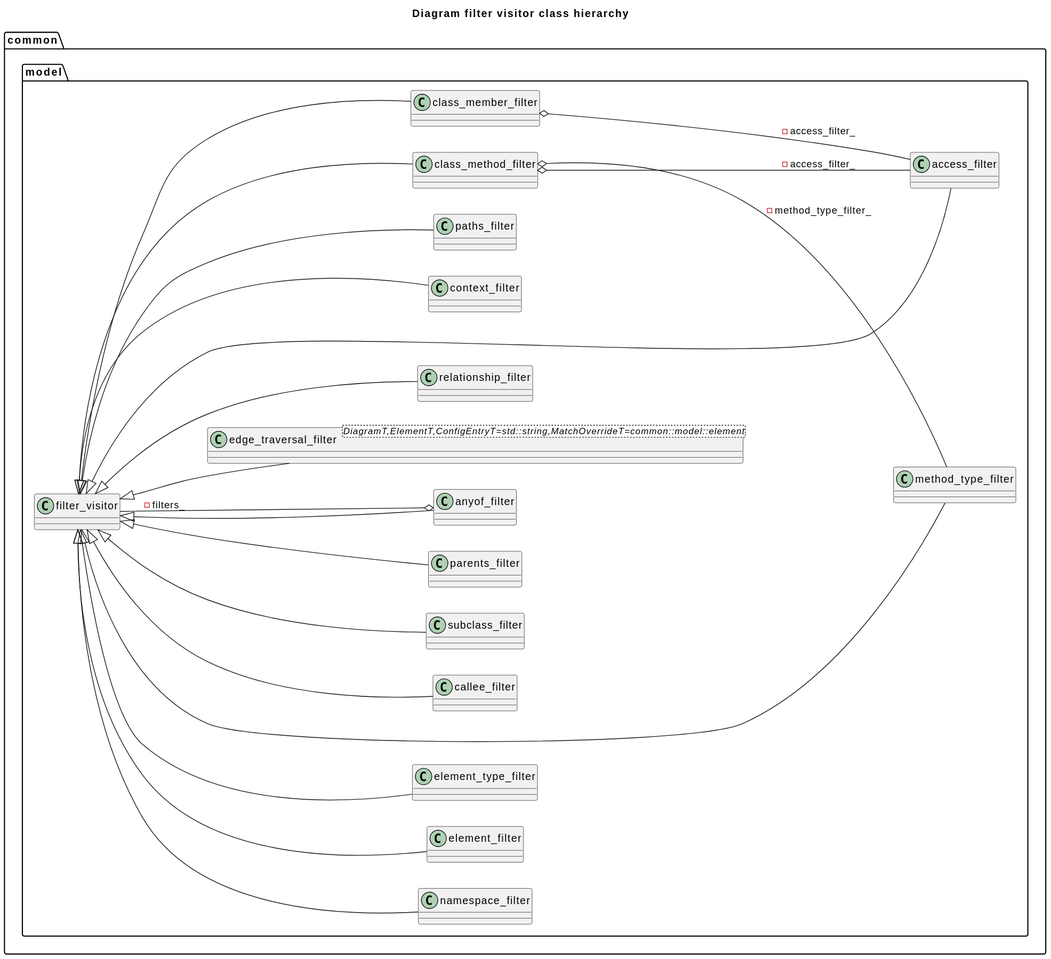
The PlantUML diagram clang-uml/diagrams/filter_visitor_hierarchy_class.svg in bkryza/clang-uml-examples, before a commit.
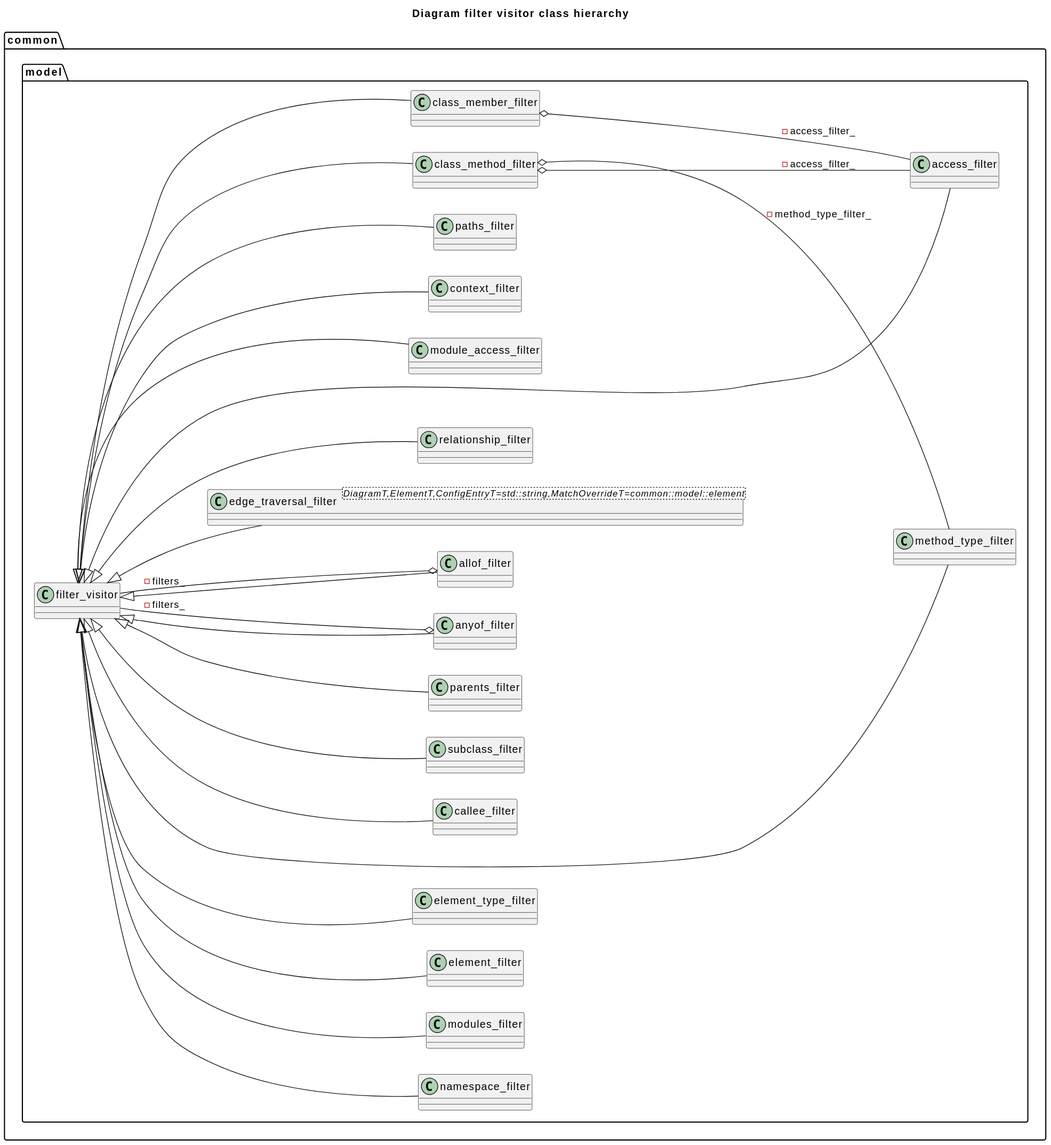
The same file after the commit.

What changed in the source:
```diff
@@ -1,92 +1,108 @@
 @startuml
 title Diagram filter visitor class hierarchy
 left to right direction
-package [common] as C_0000316605034920222648 {
-package [model] as C_0000083721806430512831 {
-class "filter_visitor" as C_0000469458052685692314
-class C_0000469458052685692314 [[classclanguml_1_1common_1_1model_1_1filter__visitor.html{Base class for any diagram filter.}]] {
+package [common] as C_0002532840279361781187 {
+package [model] as C_0000669774451444102653 {
+class "filter_visitor" as C_0003755664421485538512
+class C_0003755664421485538512 [[classclanguml_1_1common_1_1model_1_1filter__visitor.html{Base class for any diagram filter.}]] {
 __
 }
-class "anyof_filter" as C_0000605829206649563575
-class C_0000605829206649563575 [[structclanguml_1_1common_1_1model_1_1anyof__filter.html{anyof_filter}]] {
+class "anyof_filter" as C_0004846633653196508605
+class C_0004846633653196508605 [[structclanguml_1_1common_1_1model_1_1anyof__filter.html{anyof_filter}]] {
 __
 }
-class "namespace_filter" as C_0001816240256470820189
-class C_0001816240256470820189 [[structclanguml_1_1common_1_1model_1_1namespace__filter.html{namespace_filter}]] {
+class "allof_filter" as C_0008681673430919411882
+class C_0008681673430919411882 [[structclanguml_1_1common_1_1model_1_1allof__filter.html{allof_filter}]] {
 __
 }
-class "element_filter" as C_0000690341236618660423
-class C_0000690341236618660423 [[structclanguml_1_1common_1_1model_1_1element__filter.html{element_filter}]] {
+class "namespace_filter" as C_0014529922051766561513
+class C_0014529922051766561513 [[structclanguml_1_1common_1_1model_1_1namespace__filter.html{namespace_filter}]] {
 __
 }
-class "element_type_filter" as C_0002051668456717902300
-class C_0002051668456717902300 [[structclanguml_1_1common_1_1model_1_1element__type__filter.html{element_type_filter}]] {
+class "modules_filter" as C_0018235506892675596161
+class C_0018235506892675596161 [[structclanguml_1_1common_1_1model_1_1modules__filter.html{modules_filter}]] {
 __
 }
-class "method_type_filter" as C_0001897369211795036987
-class C_0001897369211795036987 [[structclanguml_1_1common_1_1model_1_1method__type__filter.html{method_type_filter}]] {
+class "element_filter" as C_0005522729892949283391
+class C_0005522729892949283391 [[structclanguml_1_1common_1_1model_1_1element__filter.html{element_filter}]] {
 __
 }
-class "callee_filter" as C_0001198341195117879139
-class C_0001198341195117879139 [[structclanguml_1_1common_1_1model_1_1callee__filter.html{callee_filter}]] {
+class "element_type_filter" as C_0016413347653743218402
+class C_0016413347653743218402 [[structclanguml_1_1common_1_1model_1_1element__type__filter.html{element_type_filter}]] {
 __
 }
-class "subclass_filter" as C_0001389919526184251760
-class C_0001389919526184251760 [[structclanguml_1_1common_1_1model_1_1subclass__filter.html{subclass_filter}]] {
+class "method_type_filter" as C_0015178953694360295900
+class C_0015178953694360295900 [[structclanguml_1_1common_1_1model_1_1method__type__filter.html{method_type_filter}]] {
 __
 }
-class "parents_filter" as C_0001773753487119877542
-class C_0001773753487119877542 [[structclanguml_1_1common_1_1model_1_1parents__filter.html{parents_filter}]] {
+class "callee_filter" as C_0009586729560943033114
+class C_0009586729560943033114 [[structclanguml_1_1common_1_1model_1_1callee__filter.html{callee_filter}]] {
 __
 }
-class "edge_traversal_filter<DiagramT,ElementT,ConfigEntryT=std::string,MatchOverrideT=common::model::element>" as C_0001497352705437766113
-class C_0001497352705437766113 [[structclanguml_1_1common_1_1model_1_1edge__traversal__filter.html{Common template for filters involving traversing relationship graph.}]] {
+class "subclass_filter" as C_0011119356209474014086
+class C_0011119356209474014086 [[structclanguml_1_1common_1_1model_1_1subclass__filter.html{subclass_filter}]] {
 __
 }
-class "relationship_filter" as C_0001195713008101262477
-class C_0001195713008101262477 [[structclanguml_1_1common_1_1model_1_1relationship__filter.html{relationship_filter}]] {
+class "parents_filter" as C_0014190027896959020338
+class C_0014190027896959020338 [[structclanguml_1_1common_1_1model_1_1parents__filter.html{parents_filter}]] {
 __
 }
-class "access_filter" as C_0001098184343448999590
-class C_0001098184343448999590 [[structclanguml_1_1common_1_1model_1_1access__filter.html{access_filter}]] {
+class "edge_traversal_filter<DiagramT,ElementT,ConfigEntryT=std::string,MatchOverrideT=common::model::element>" as C_0011978821643502128904
+class C_0011978821643502128904 [[structclanguml_1_1common_1_1model_1_1edge__traversal__filter.html{Common template for filters involving traversing relationship graph.}]] {
 __
 }
-class "context_filter" as C_0002078668697238559556
-class C_0002078668697238559556 [[structclanguml_1_1common_1_1model_1_1context__filter.html{context_filter}]] {
+class "relationship_filter" as C_0009565704064810099821
+class C_0009565704064810099821 [[structclanguml_1_1common_1_1model_1_1relationship__filter.html{relationship_filter}]] {
 __
 }
-class "paths_filter" as C_0000831536458766184760
-class C_0000831536458766184760 [[structclanguml_1_1common_1_1model_1_1paths__filter.html{paths_filter}]] {
+class "access_filter" as C_0008785474747591996724
+class C_0008785474747591996724 [[structclanguml_1_1common_1_1model_1_1access__filter.html{access_filter}]] {
 __
 }
-class "class_method_filter" as C_0001578839365087446026
-class C_0001578839365087446026 [[structclanguml_1_1common_1_1model_1_1class__method__filter.html{class_method_filter}]] {
+class "module_access_filter" as C_0015952402022523334996
+class C_0015952402022523334996 [[structclanguml_1_1common_1_1model_1_1module__access__filter.html{module_access_filter}]] {
 __
 }
-class "class_member_filter" as C_0000676683242499586467
-class C_0000676683242499586467 [[structclanguml_1_1common_1_1model_1_1class__member__filter.html{class_member_filter}]] {
+class "context_filter" as C_0016629349577908476453
+class C_0016629349577908476453 [[structclanguml_1_1common_1_1model_1_1context__filter.html{context_filter}]] {
+__
+}
+class "paths_filter" as C_0006652291670129478083
+class C_0006652291670129478083 [[structclanguml_1_1common_1_1model_1_1paths__filter.html{paths_filter}]] {
+__
+}
+class "class_method_filter" as C_0012630714920699568214
+class C_0012630714920699568214 [[structclanguml_1_1common_1_1model_1_1class__method__filter.html{class_method_filter}]] {
+__
+}
+class "class_member_filter" as C_0005413465939996691743
+class C_0005413465939996691743 [[structclanguml_1_1common_1_1model_1_1class__member__filter.html{class_member_filter}]] {
 __
 }
 }
 }
-C_0000605829206649563575 o-- C_0000469458052685692314 : -filters_
-C_0000469458052685692314 <|-- C_0000605829206649563575
-C_0000469458052685692314 <|-- C_0001816240256470820189
-C_0000469458052685692314 <|-- C_0000690341236618660423
-C_0000469458052685692314 <|-- C_0002051668456717902300
-C_0000469458052685692314 <|-- C_0001897369211795036987
-C_0000469458052685692314 <|-- C_0001198341195117879139
-C_0000469458052685692314 <|-- C_0001389919526184251760
-C_0000469458052685692314 <|-- C_0001773753487119877542
-C_0000469458052685692314 <|-- C_0001497352705437766113
-C_0000469458052685692314 <|-- C_0001195713008101262477
-C_0000469458052685692314 <|-- C_0001098184343448999590
-C_0000469458052685692314 <|-- C_0002078668697238559556
-C_0000469458052685692314 <|-- C_0000831536458766184760
-C_0001578839365087446026 o-- C_0001098184343448999590 : -access_filter_
-C_0001578839365087446026 o-- C_0001897369211795036987 : -method_type_filter_
-C_0000469458052685692314 <|-- C_0001578839365087446026
-C_0000676683242499586467 o-- C_0001098184343448999590 : -access_filter_
-C_0000469458052685692314 <|-- C_0000676683242499586467
+C_0004846633653196508605 o-- C_0003755664421485538512 [[{filters_}]] : -filters_
+C_0003755664421485538512 <|-- C_0004846633653196508605
+C_0008681673430919411882 o-- C_0003755664421485538512 [[{filters_}]] : -filters_
+C_0003755664421485538512 <|-- C_0008681673430919411882
+C_0003755664421485538512 <|-- C_0014529922051766561513
+C_0003755664421485538512 <|-- C_0018235506892675596161
+C_0003755664421485538512 <|-- C_0005522729892949283391
+C_0003755664421485538512 <|-- C_0016413347653743218402
+C_0003755664421485538512 <|-- C_0015178953694360295900
+C_0003755664421485538512 <|-- C_0009586729560943033114
+C_0003755664421485538512 <|-- C_0011119356209474014086
+C_0003755664421485538512 <|-- C_0014190027896959020338
+C_0003755664421485538512 <|-- C_0011978821643502128904
+C_0003755664421485538512 <|-- C_0009565704064810099821
+C_0003755664421485538512 <|-- C_0008785474747591996724
+C_0003755664421485538512 <|-- C_0015952402022523334996
+C_0003755664421485538512 <|-- C_0016629349577908476453
+C_0003755664421485538512 <|-- C_0006652291670129478083
+C_0012630714920699568214 o-- C_0008785474747591996724 [[{access_filter_}]] : -access_filter_
+C_0012630714920699568214 o-- C_0015178953694360295900 [[{method_type_filter_}]] : -method_type_filter_
+C_0003755664421485538512 <|-- C_0012630714920699568214
+C_0005413465939996691743 o-- C_0008785474747591996724 [[{access_filter_}]] : -access_filter_
+C_0003755664421485538512 <|-- C_0005413465939996691743
 
 @enduml
```
